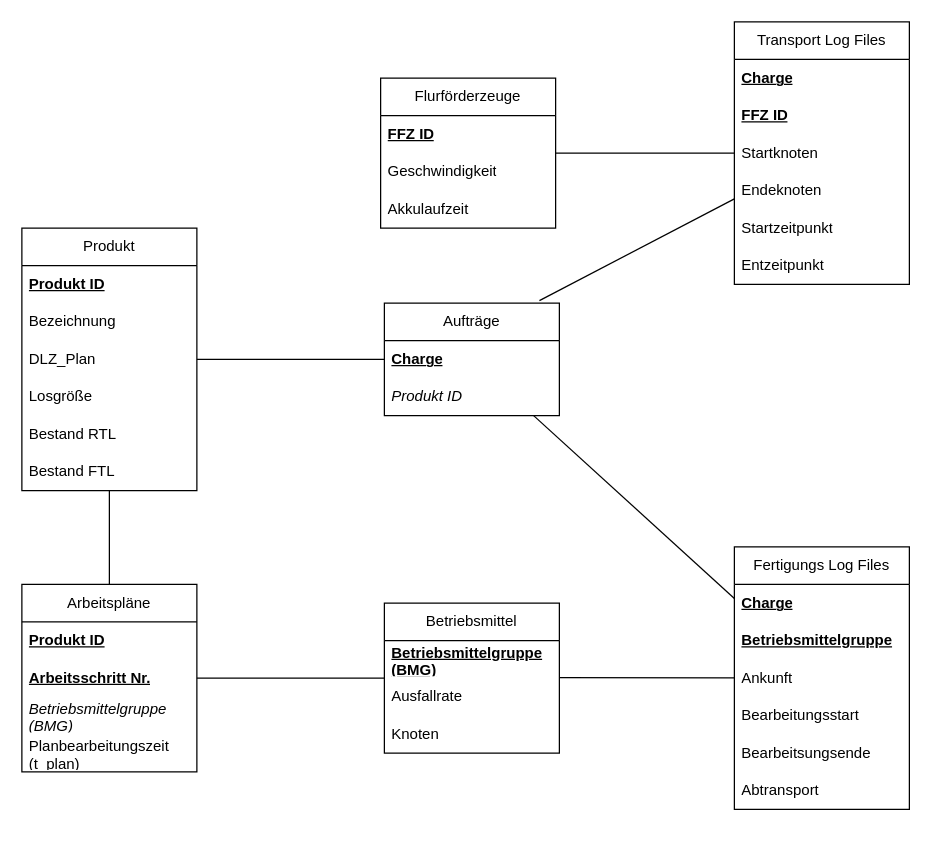
The draw.io diagram DB-Schema.drawio in LGehlauf/SPP24, before the edit. Source tidied: cells renumbered, new cells numbered last; positions are measured from the earlier drawing's top-left corner, leaving out a move shared by most shapes. Both pictures are drawn from the tidied source at 125%, with x=0, y=0 at pixel (21, 21).
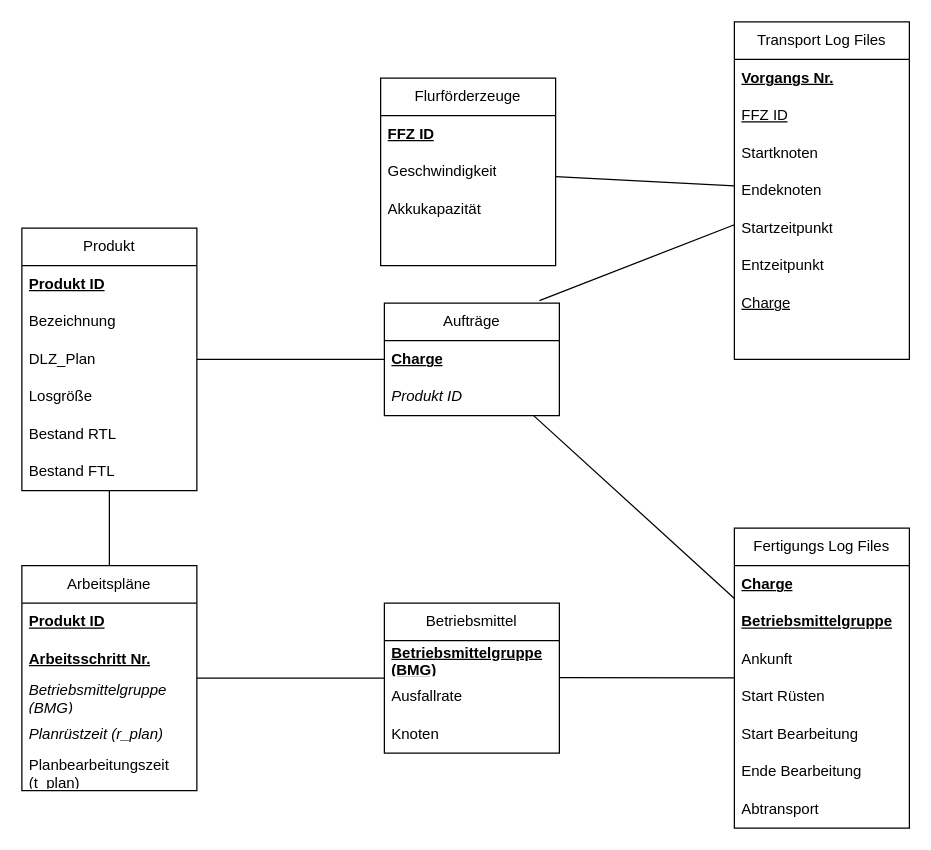
Above is the later version.

What changed in the source:
```diff
@@
     <mxCell id="13" value="Arbeitspläne" style="swimlane;fontStyle=0;horizontal=1;startSize=30;whiteSpace=wrap;html=1;" parent="1" vertex="1">
-      <mxGeometry y="450" width="140" height="150" as="geometry" />
+      <mxGeometry y="435" width="140" height="180" as="geometry" />
     </mxCell>
@@
+    <mxCell id="46" value="Planrüstzeit (r_plan)" style="text;strokeColor=none;fillColor=none;align=left;verticalAlign=middle;spacingLeft=4;spacingRight=4;overflow=hidden;whiteSpace=wrap;html=1;fontStyle=2;" parent="13" vertex="1">
+      <mxGeometry y="120" width="140" height="30" as="geometry" />
+    </mxCell>
     <mxCell id="17" value="Planbearbeitungszeit (t_plan)" style="text;strokeColor=none;fillColor=none;align=left;verticalAlign=middle;spacingLeft=4;spacingRight=4;overflow=hidden;whiteSpace=wrap;html=1;" parent="13" vertex="1">
-      <mxGeometry y="120" width="140" height="30" as="geometry" />
+      <mxGeometry y="150" width="140" height="30" as="geometry" />
     </mxCell>
@@
     <mxCell id="24" value="Flurförderzeuge" style="swimlane;fontStyle=0;horizontal=1;startSize=30;whiteSpace=wrap;html=1;" parent="1" vertex="1">
-      <mxGeometry x="287" y="45" width="140" height="120" as="geometry" />
+      <mxGeometry x="287" y="45" width="140" height="150" as="geometry" />
     </mxCell>
@@
-    <mxCell id="27" value="Akkulaufzeit" style="text;strokeColor=none;fillColor=none;align=left;verticalAlign=middle;spacingLeft=4;spacingRight=4;overflow=hidden;whiteSpace=wrap;html=1;" parent="24" vertex="1">
+    <mxCell id="27" value="Akkukapazität" style="text;strokeColor=none;fillColor=none;align=left;verticalAlign=middle;spacingLeft=4;spacingRight=4;overflow=hidden;whiteSpace=wrap;html=1;" parent="24" vertex="1">
       <mxGeometry y="90" width="140" height="30" as="geometry" />
     </mxCell>
+    <mxCell id="47" style="text;strokeColor=none;fillColor=none;align=left;verticalAlign=middle;spacingLeft=4;spacingRight=4;overflow=hidden;whiteSpace=wrap;html=1;" parent="24" vertex="1">
+      <mxGeometry y="120" width="140" height="30" as="geometry" />
+    </mxCell>
     <mxCell id="28" value="Transport Log Files" style="swimlane;fontStyle=0;horizontal=1;startSize=30;whiteSpace=wrap;html=1;" parent="1" vertex="1">
-      <mxGeometry x="570" width="140" height="210" as="geometry" />
+      <mxGeometry x="570" width="140" height="270" as="geometry" />
     </mxCell>
-    <mxCell id="29" value="&lt;u&gt;&lt;b&gt;Charge&lt;/b&gt;&lt;/u&gt;" style="text;strokeColor=none;fillColor=none;align=left;verticalAlign=middle;spacingLeft=4;spacingRight=4;overflow=hidden;whiteSpace=wrap;html=1;" parent="28" vertex="1">
+    <mxCell id="29" value="&lt;u&gt;&lt;b&gt;Vorgangs Nr.&lt;/b&gt;&lt;/u&gt;" style="text;strokeColor=none;fillColor=none;align=left;verticalAlign=middle;spacingLeft=4;spacingRight=4;overflow=hidden;whiteSpace=wrap;html=1;" parent="28" vertex="1">
       <mxGeometry y="30" width="140" height="30" as="geometry" />
     </mxCell>
-    <mxCell id="30" value="FFZ ID" style="text;strokeColor=none;fillColor=none;align=left;verticalAlign=middle;spacingLeft=4;spacingRight=4;overflow=hidden;whiteSpace=wrap;html=1;fontStyle=5;" parent="28" vertex="1">
+    <mxCell id="30" value="FFZ ID" style="text;strokeColor=none;fillColor=none;align=left;verticalAlign=middle;spacingLeft=4;spacingRight=4;overflow=hidden;whiteSpace=wrap;html=1;fontStyle=4;" parent="28" vertex="1">
       <mxGeometry y="60" width="140" height="30" as="geometry" />
     </mxCell>
@@
+    <mxCell id="48" value="Charge" style="text;strokeColor=none;fillColor=none;align=left;verticalAlign=middle;spacingLeft=4;spacingRight=4;overflow=hidden;whiteSpace=wrap;html=1;fontStyle=4;" parent="28" vertex="1">
+      <mxGeometry y="210" width="140" height="30" as="geometry" />
+    </mxCell>
+    <mxCell id="49" style="text;strokeColor=none;fillColor=none;align=left;verticalAlign=middle;spacingLeft=4;spacingRight=4;overflow=hidden;whiteSpace=wrap;html=1;fontStyle=4;" parent="28" vertex="1">
+      <mxGeometry y="240" width="140" height="30" as="geometry" />
+    </mxCell>
     <mxCell id="35" value="Fertigungs Log Files" style="swimlane;fontStyle=0;horizontal=1;startSize=30;whiteSpace=wrap;html=1;" parent="1" vertex="1">
-      <mxGeometry x="570" y="420" width="140" height="210" as="geometry" />
+      <mxGeometry x="570" y="405" width="140" height="240" as="geometry" />
     </mxCell>
@@
+    <mxCell id="50" value="Start Rüsten" style="text;strokeColor=none;fillColor=none;align=left;verticalAlign=middle;spacingLeft=4;spacingRight=4;overflow=hidden;whiteSpace=wrap;html=1;" parent="35" vertex="1">
+      <mxGeometry y="120" width="140" height="30" as="geometry" />
+    </mxCell>
-    <mxCell id="39" value="Bearbeitungsstart" style="text;strokeColor=none;fillColor=none;align=left;verticalAlign=middle;spacingLeft=4;spacingRight=4;overflow=hidden;whiteSpace=wrap;html=1;" parent="35" vertex="1">
-      <mxGeometry y="120" width="140" height="30" as="geometry" />
+    <mxCell id="39" value="Start Bearbeitung" style="text;strokeColor=none;fillColor=none;align=left;verticalAlign=middle;spacingLeft=4;spacingRight=4;overflow=hidden;whiteSpace=wrap;html=1;" parent="35" vertex="1">
+      <mxGeometry y="150" width="140" height="30" as="geometry" />
     </mxCell>
-    <mxCell id="40" value="Bearbeitsungsende" style="text;strokeColor=none;fillColor=none;align=left;verticalAlign=middle;spacingLeft=4;spacingRight=4;overflow=hidden;whiteSpace=wrap;html=1;" parent="35" vertex="1">
-      <mxGeometry y="150" width="140" height="30" as="geometry" />
+    <mxCell id="40" value="Ende Bearbeitung" style="text;strokeColor=none;fillColor=none;align=left;verticalAlign=middle;spacingLeft=4;spacingRight=4;overflow=hidden;whiteSpace=wrap;html=1;" parent="35" vertex="1">
+      <mxGeometry y="180" width="140" height="30" as="geometry" />
     </mxCell>
     <mxCell id="41" value="Abtransport" style="text;strokeColor=none;fillColor=none;align=left;verticalAlign=middle;spacingLeft=4;spacingRight=4;overflow=hidden;whiteSpace=wrap;html=1;" parent="35" vertex="1">
-      <mxGeometry y="180" width="140" height="30" as="geometry" />
+      <mxGeometry y="210" width="140" height="30" as="geometry" />
     </mxCell>
```
